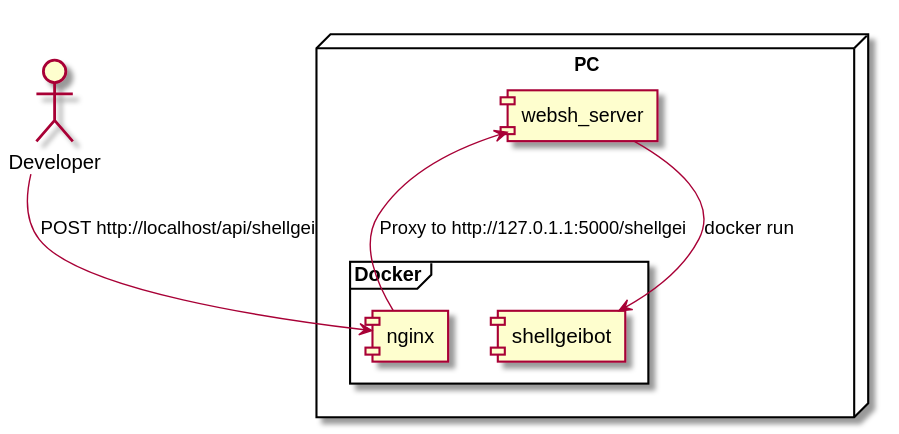
jiro4989/websh keeps this PlantUML diagram as docs/local.svg. Above is the earlier version. Its diagram source:
```plantuml
@startuml

Actor Developer as dev
node "PC" {
    frame "Docker" {
        [nginx]
        [shellgeibot]
    }
    [websh_server]
}

dev -down-> [nginx] : POST http://localhost/api/shellgei
[nginx] -down-> [websh_server] : Proxy to http://127.0.1.1:5000/shellgei
[websh_server] -down-> [shellgeibot] : docker run

@enduml
```
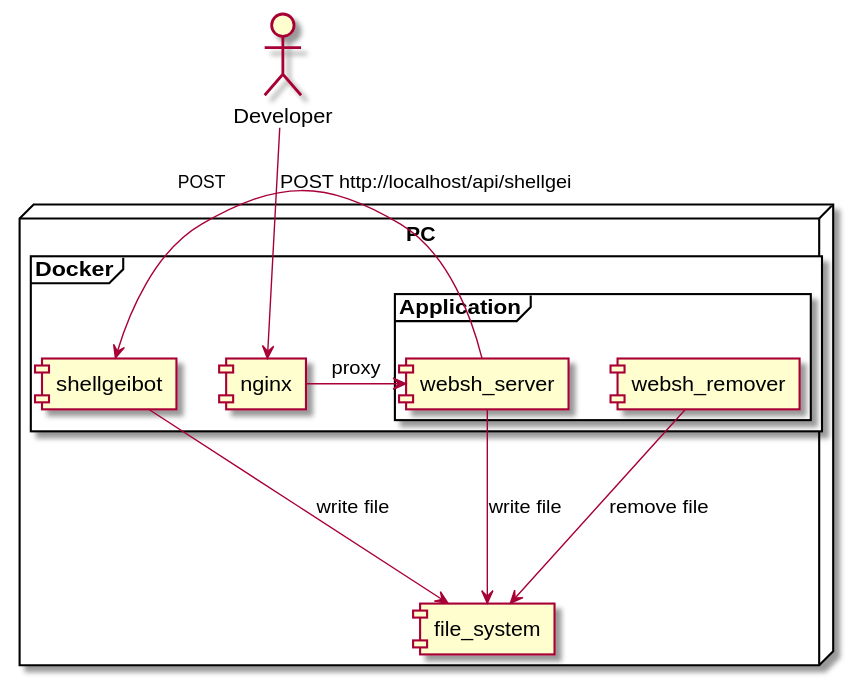
Later version of the same file.

Commit message:
ローカル環境の図を修正 #175 [skip ci]

What changed in the source:
```diff
@@ -1,16 +1,22 @@
 @startuml
+actor Developer as dev
 
-Actor Developer as dev
-node "PC" {
-    frame "Docker" {
-        [nginx]
-        [shellgeibot]
+node PC {
+  frame Docker {
+    [nginx] as nginx
+    frame Application {
+      [websh_server] as server
+      [websh_remover] as remover
     }
-    [websh_server]
+    [shellgeibot] as bot
+  }
+  [file_system] as fs
 }
 
-dev -down-> [nginx] : POST http://localhost/api/shellgei
-[nginx] -down-> [websh_server] : Proxy to http://127.0.1.1:5000/shellgei
-[websh_server] -down-> [shellgeibot] : docker run
-
+dev -down-> nginx : POST http://localhost/api/shellgei
+nginx -> server : proxy
+server -> bot : POST
+server -down-> fs : write file
+bot -> fs : write file
+remover -> fs : remove file
 @enduml
```
